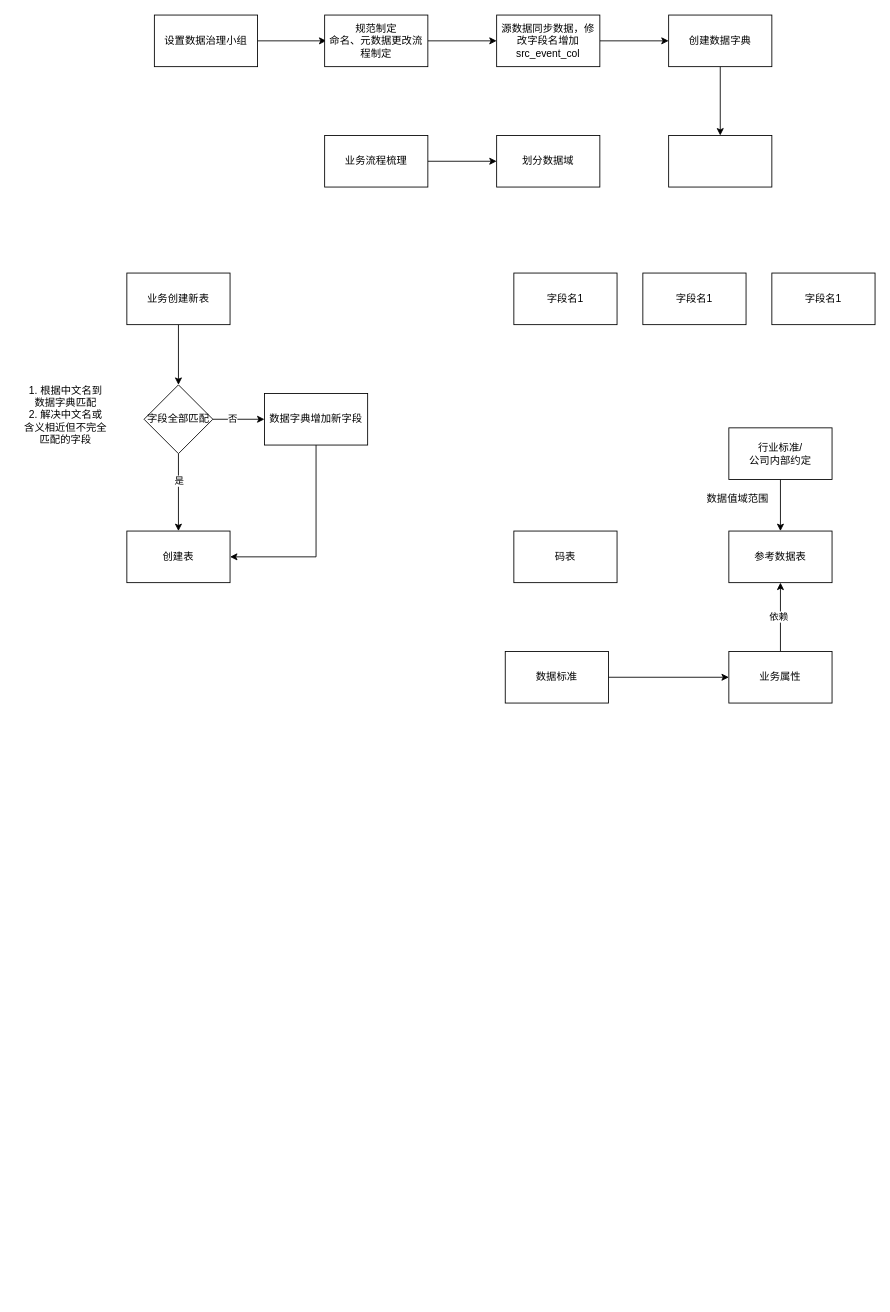
fxfng/hello-world keeps this draw.io diagram as 数据治理流程梳理.drawio. Above is the earlier version. Source tidied: cells renumbered, new cells numbered last; positions are measured from the earlier drawing's top-left corner, leaving out a move shared by most shapes. Both pictures are drawn from the tidied source at 86%, with x=0, y=0 at pixel (23, 15).
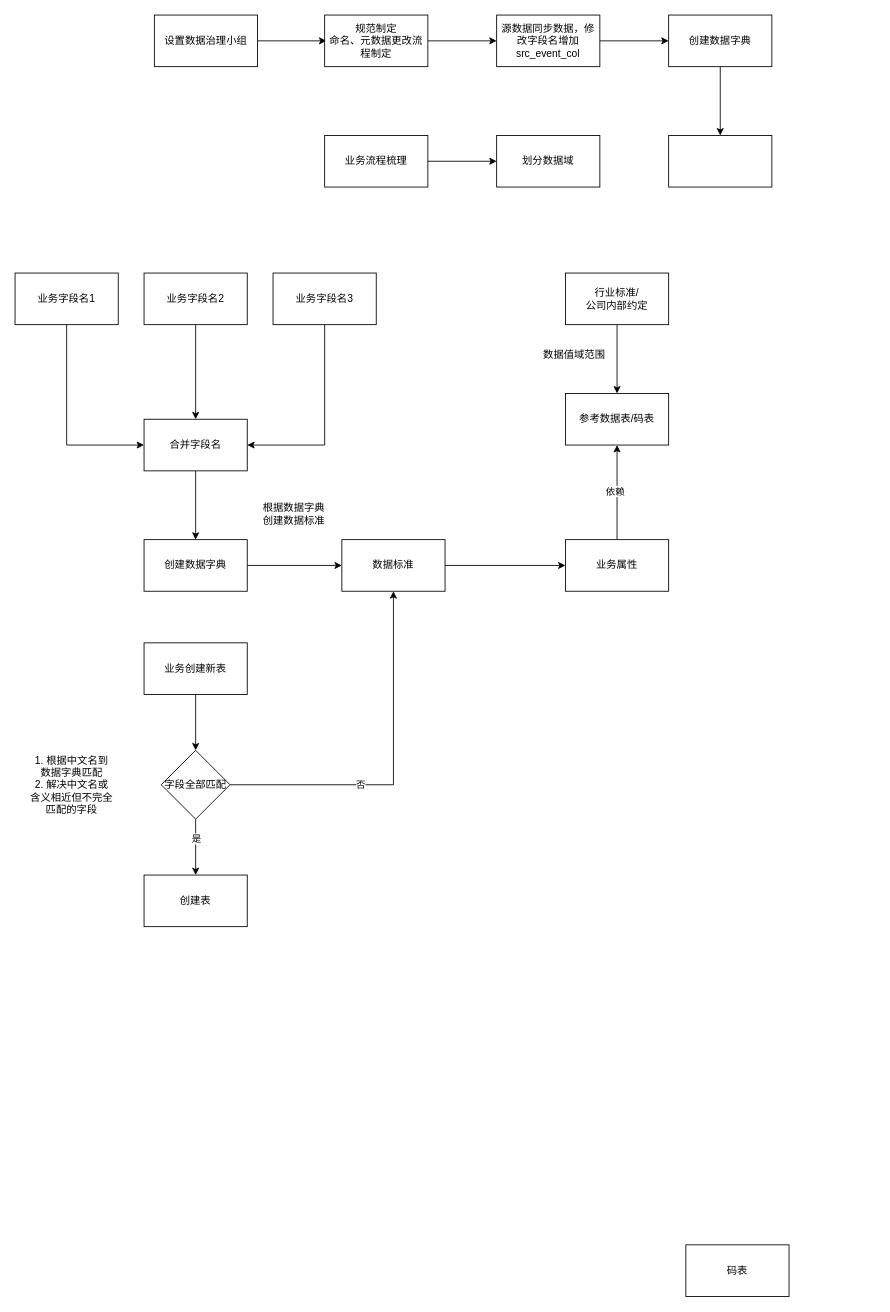
The same diagram, later.

Commit message:
更新数据治理流程梳理.drawio

What changed in the source:
```diff
@@
     <mxCell id="15" value="业务创建新表" style="rounded=0;whiteSpace=wrap;html=1;" parent="1" vertex="1">
-      <mxGeometry x="120" y="300" width="120" height="60" as="geometry" />
+      <mxGeometry x="140" y="730" width="120" height="60" as="geometry" />
     </mxCell>
     <mxCell id="16" value="1. 根据中文名到数据字典匹配&lt;div&gt;2. 解决中文名或含义相近但不完全匹配的字段&lt;/div&gt;" style="text;html=1;align=center;verticalAlign=middle;whiteSpace=wrap;rounded=0;" parent="1" vertex="1">
-      <mxGeometry y="450" width="98" height="30" as="geometry" />
+      <mxGeometry x="7" y="880" width="98" height="30" as="geometry" />
     </mxCell>
@@
-    <mxCell id="19" style="edgeStyle=orthogonalEdgeStyle;rounded=0;jettySize=auto;html=1;" parent="1" edge="1" source="21" target="24">
+    <mxCell id="19" style="edgeStyle=orthogonalEdgeStyle;rounded=0;jettySize=auto;html=1;entryX=0.5;entryY=1;entryDx=0;entryDy=0;" parent="1" edge="1" source="21" target="34">
       <mxGeometry relative="1" as="geometry" />
     </mxCell>
@@
     <mxCell id="21" value="字段全部匹配" style="rhombus;whiteSpace=wrap;html=1;rounded=0;" parent="1" vertex="1">
-      <mxGeometry x="140" y="430" width="80" height="80" as="geometry" />
+      <mxGeometry x="160" y="855" width="80" height="80" as="geometry" />
     </mxCell>
     <mxCell id="22" value="创建表" style="whiteSpace=wrap;html=1;rounded=0;" parent="1" vertex="1">
-      <mxGeometry x="120" y="600" width="120" height="60" as="geometry" />
+      <mxGeometry x="140" y="1000" width="120" height="60" as="geometry" />
     </mxCell>
-    <mxCell id="23" style="edgeStyle=orthogonalEdgeStyle;rounded=0;jettySize=auto;html=1;entryX=1;entryY=0.5;entryDx=0;entryDy=0;" parent="1" edge="1" source="24" target="22">
-      <mxGeometry relative="1" as="geometry">
-        <Array as="points">
-          <mxPoint x="340" y="630" />
-        </Array>
-      </mxGeometry>
-    </mxCell>
-    <mxCell id="24" value="数据字典增加新字段" style="whiteSpace=wrap;html=1;rounded=0;" parent="1" vertex="1">
-      <mxGeometry x="280" y="440" width="120" height="60" as="geometry" />
-    </mxCell>
+    <mxCell id="38" style="edgeStyle=orthogonalEdgeStyle;rounded=0;jettySize=auto;html=1;entryX=0;entryY=0.5;entryDx=0;entryDy=0;exitX=0.5;exitY=1;exitDx=0;exitDy=0;" parent="1" edge="1" source="25" target="42">
+      <mxGeometry relative="1" as="geometry" />
+    </mxCell>
-    <mxCell id="25" value="字段名1" style="rounded=0;whiteSpace=wrap;html=1;" parent="1" vertex="1">
-      <mxGeometry x="570" y="300" width="120" height="60" as="geometry" />
+    <mxCell id="25" value="业务字段名1" style="rounded=0;whiteSpace=wrap;html=1;" parent="1" vertex="1">
+      <mxGeometry x="-10" y="300" width="120" height="60" as="geometry" />
     </mxCell>
+    <mxCell id="39" style="edgeStyle=orthogonalEdgeStyle;rounded=0;jettySize=auto;html=1;entryX=0.5;entryY=0;entryDx=0;entryDy=0;" parent="1" edge="1" source="26" target="42">
+      <mxGeometry relative="1" as="geometry" />
+    </mxCell>
-    <mxCell id="26" value="字段名1" style="rounded=0;whiteSpace=wrap;html=1;" parent="1" vertex="1">
-      <mxGeometry x="720" y="300" width="120" height="60" as="geometry" />
+    <mxCell id="26" value="业务字段名2" style="rounded=0;whiteSpace=wrap;html=1;" parent="1" vertex="1">
+      <mxGeometry x="140" y="300" width="120" height="60" as="geometry" />
     </mxCell>
+    <mxCell id="40" style="edgeStyle=orthogonalEdgeStyle;rounded=0;jettySize=auto;html=1;entryX=1;entryY=0.5;entryDx=0;entryDy=0;exitX=0.5;exitY=1;exitDx=0;exitDy=0;" parent="1" edge="1" source="27" target="42">
+      <mxGeometry relative="1" as="geometry" />
+    </mxCell>
-    <mxCell id="27" value="字段名1" style="rounded=0;whiteSpace=wrap;html=1;" parent="1" vertex="1">
-      <mxGeometry x="870" y="300" width="120" height="60" as="geometry" />
+    <mxCell id="27" value="业务字段名3" style="rounded=0;whiteSpace=wrap;html=1;" parent="1" vertex="1">
+      <mxGeometry x="290" y="300" width="120" height="60" as="geometry" />
     </mxCell>
     <mxCell id="28" value="码表" style="whiteSpace=wrap;html=1;" parent="1" vertex="1">
-      <mxGeometry x="570" y="600" width="120" height="60" as="geometry" />
+      <mxGeometry x="770" y="1430" width="120" height="60" as="geometry" />
     </mxCell>
-    <mxCell id="29" value="参考数据表" style="whiteSpace=wrap;html=1;" parent="1" vertex="1">
-      <mxGeometry x="820" y="600" width="120" height="60" as="geometry" />
+    <mxCell id="29" value="参考数据表/码表" style="whiteSpace=wrap;html=1;" parent="1" vertex="1">
+      <mxGeometry x="630" y="440" width="120" height="60" as="geometry" />
     </mxCell>
@@
     <mxCell id="31" value="行业标准/&lt;div&gt;公司内部约定&lt;/div&gt;" style="whiteSpace=wrap;html=1;" parent="1" vertex="1">
-      <mxGeometry x="820" y="480" width="120" height="60" as="geometry" />
+      <mxGeometry x="630" y="300" width="120" height="60" as="geometry" />
     </mxCell>
     <mxCell id="32" value="数据值域范围" style="text;html=1;align=center;verticalAlign=middle;strokeColor=none;fillColor=none;" parent="1" vertex="1">
-      <mxGeometry x="780" y="548" width="100" height="30" as="geometry" />
+      <mxGeometry x="590" y="380" width="100" height="30" as="geometry" />
     </mxCell>
@@
     <mxCell id="34" value="数据标准" style="whiteSpace=wrap;html=1;" parent="1" vertex="1">
-      <mxGeometry x="560" y="740" width="120" height="60" as="geometry" />
+      <mxGeometry x="370" y="610" width="120" height="60" as="geometry" />
     </mxCell>
@@
     <mxCell id="37" value="业务属性" style="whiteSpace=wrap;html=1;" parent="1" vertex="1">
-      <mxGeometry x="820" y="740" width="120" height="60" as="geometry" />
+      <mxGeometry x="630" y="610" width="120" height="60" as="geometry" />
     </mxCell>
+    <mxCell id="41" style="edgeStyle=orthogonalEdgeStyle;rounded=0;jettySize=auto;html=1;" parent="1" edge="1" source="42" target="44">
+      <mxGeometry relative="1" as="geometry" />
+    </mxCell>
+    <mxCell id="42" value="合并字段名" style="rounded=0;whiteSpace=wrap;html=1;" parent="1" vertex="1">
+      <mxGeometry x="140" y="470" width="120" height="60" as="geometry" />
+    </mxCell>
+    <mxCell id="43" style="edgeStyle=orthogonalEdgeStyle;rounded=0;jettySize=auto;html=1;entryX=0;entryY=0.5;entryDx=0;entryDy=0;" parent="1" edge="1" source="44" target="34">
+      <mxGeometry relative="1" as="geometry" />
+    </mxCell>
+    <mxCell id="44" value="创建数据字典" style="whiteSpace=wrap;html=1;rounded=0;" parent="1" vertex="1">
+      <mxGeometry x="140" y="610" width="120" height="60" as="geometry" />
+    </mxCell>
+    <mxCell id="45" value="根据数据字典&lt;div&gt;创建数据标准&lt;/div&gt;" style="text;html=1;align=center;verticalAlign=middle;strokeColor=none;fillColor=none;" parent="1" vertex="1">
+      <mxGeometry x="264" y="560" width="100" height="40" as="geometry" />
+    </mxCell>
```
